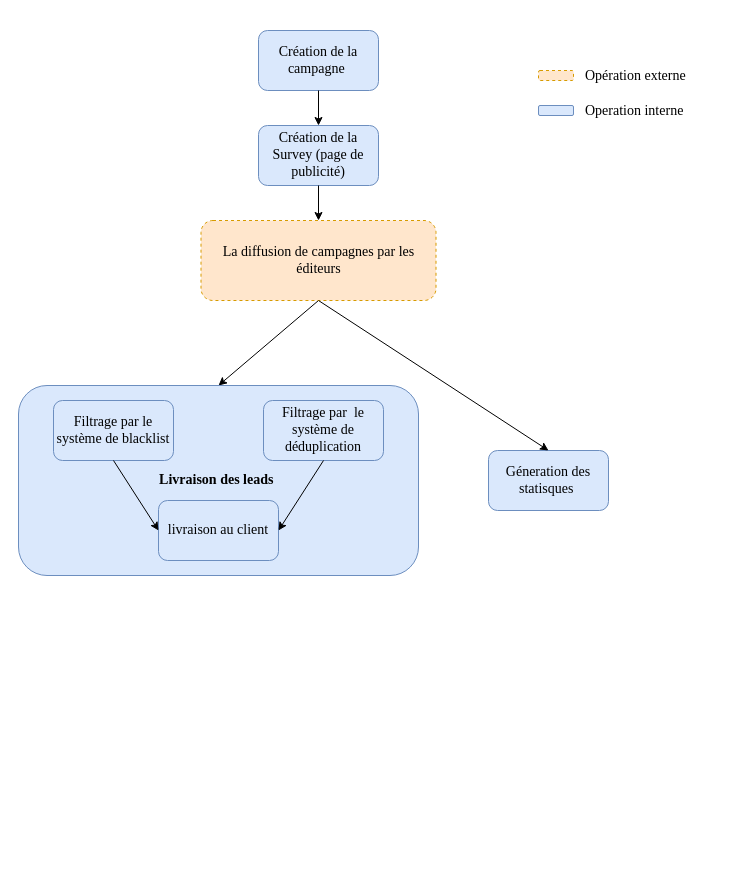
Earlier version of the draw.io diagram cap fichier xml/Diagramme fontct collecte.drawio (messaoudibrahim/Memoire). Source tidied: cells renumbered, new cells numbered last; positions are measured from the earlier drawing's top-left corner, leaving out a move shared by most shapes. Both pictures are drawn from the tidied source at 100%, with x=0, y=0 at pixel (18, 30).
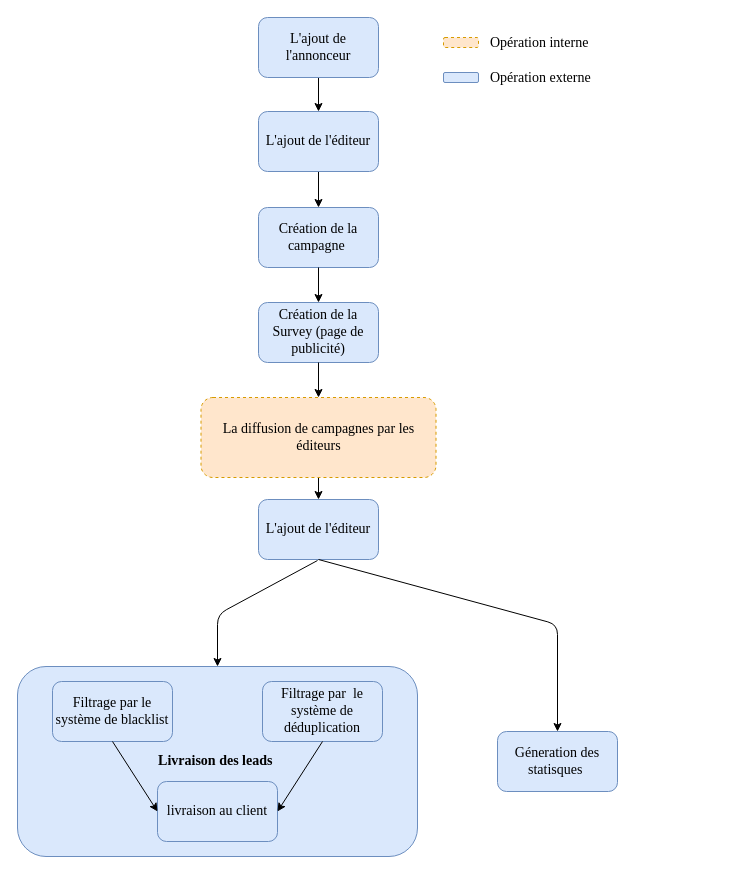
After the change.

Unchanged cells that the change refers to:
```xml
<mxCell id="5" value="Création de la campagne&amp;nbsp;" style="rounded=1;whiteSpace=wrap;html=1;fontFamily=Times New Roman;fontStyle=0;fontSize=14;fillColor=#dae8fc;strokeColor=#6c8ebf;" parent="4" vertex="1">
  <mxGeometry width="120" height="60" as="geometry" />
</mxCell>
<mxCell id="9" value="&lt;h3 style=&quot;font-size: 14px;&quot;&gt;Livraison des leads&amp;nbsp;&lt;/h3&gt;" style="rounded=1;whiteSpace=wrap;html=1;fontFamily=Times New Roman;fontStyle=0;fontSize=14;fillColor=#dae8fc;strokeColor=#6c8ebf;" parent="8" vertex="1">
  <mxGeometry width="400" height="190" as="geometry" />
</mxCell>
<mxCell id="15" value="La diffusion de campagnes par les éditeurs" style="rounded=1;whiteSpace=wrap;html=1;fontFamily=Times New Roman;fontSize=14;dashed=1;fillColor=#ffe6cc;strokeColor=#d79b00;" parent="2" vertex="1">
  <mxGeometry x="182.5" y="190" width="235" height="80" as="geometry" />
</mxCell>
```

Diff of the diagram source:
```diff
@@
+    <mxCell id="23" style="group;" parent="1" vertex="1">
+      <mxGeometry y="177" width="705" height="428" as="geometry" />
+    </mxCell>
-    <mxCell id="2" style="group;fontFamily=Times New Roman;fontStyle=0;fontSize=14;" parent="1" vertex="1">
+    <mxCell id="2" style="group;fontFamily=Times New Roman;fontStyle=0;fontSize=14;" parent="23" vertex="1">
       <mxGeometry width="705" height="400" as="geometry" />
     </mxCell>
     <mxCell id="3" style="endArrow=classic;html=1;entryX=0.5;entryY=0;entryDx=0;entryDy=0;fontFamily=Times New Roman;fontStyle=0;fontSize=14;" parent="2" edge="1" target="9">
       <mxGeometry relative="1" as="geometry">
-        <mxPoint x="300" y="270" as="sourcePoint" />
+        <mxPoint x="299" y="353" as="sourcePoint" />
+        <Array as="points">
+          <mxPoint x="199" y="407" />
+        </Array>
       </mxGeometry>
     </mxCell>
@@
     <mxCell id="8" style="group;" parent="2" vertex="1">
-      <mxGeometry y="355" width="400" height="190" as="geometry" />
+      <mxGeometry x="-1" y="459" width="400" height="190" as="geometry" />
     </mxCell>
@@
+    <mxCell id="24" style="edgeStyle=orthogonalEdgeStyle;rounded=0;jettySize=auto;html=1;" parent="2" edge="1" source="15" target="25">
+      <mxGeometry relative="1" as="geometry" />
+    </mxCell>
@@
+    <mxCell id="25" value="L'ajout de l'éditeur" style="rounded=1;whiteSpace=wrap;html=1;fontFamily=Times New Roman;fontStyle=0;fontSize=14;fillColor=#dae8fc;strokeColor=#6c8ebf;" parent="2" vertex="1">
+      <mxGeometry x="240" y="292" width="120" height="60" as="geometry" />
+    </mxCell>
+    <mxCell id="26" style="edgeStyle=orthogonalEdgeStyle;rounded=0;jettySize=auto;html=1;" parent="1" edge="1" source="27" target="5">
+      <mxGeometry relative="1" as="geometry" />
+    </mxCell>
+    <mxCell id="27" value="L'ajout de l'éditeur" style="rounded=1;whiteSpace=wrap;html=1;fontFamily=Times New Roman;fontStyle=0;fontSize=14;fillColor=#dae8fc;strokeColor=#6c8ebf;" parent="1" vertex="1">
+      <mxGeometry x="240" y="81" width="120" height="60" as="geometry" />
+    </mxCell>
+    <mxCell id="28" style="edgeStyle=orthogonalEdgeStyle;rounded=0;jettySize=auto;html=1;" parent="1" edge="1" source="29" target="27">
+      <mxGeometry relative="1" as="geometry" />
+    </mxCell>
+    <mxCell id="29" value="L'ajout de l'annonceur" style="rounded=1;whiteSpace=wrap;html=1;fontFamily=Times New Roman;fontStyle=0;fontSize=14;fillColor=#dae8fc;strokeColor=#6c8ebf;" parent="1" vertex="1">
+      <mxGeometry x="240" y="-13" width="120" height="60" as="geometry" />
+    </mxCell>
-    <mxCell id="17" style="rounded=1;whiteSpace=wrap;html=1;fontFamily=Times New Roman;fontSize=14;dashed=1;fillColor=#ffe6cc;strokeColor=#d79b00;" parent="2" vertex="1">
-      <mxGeometry x="520" y="40" width="35" height="10" as="geometry" />
+    <mxCell id="17" style="rounded=1;whiteSpace=wrap;html=1;fontFamily=Times New Roman;fontSize=14;dashed=1;fillColor=#ffe6cc;strokeColor=#d79b00;" parent="1" vertex="1">
+      <mxGeometry x="425" y="7" width="35" height="10" as="geometry" />
     </mxCell>
+    <mxCell id="22" value="Opération interne&amp;nbsp;" style="text;html=1;align=left;verticalAlign=top;spacingTop=-4;fontSize=14;fontFamily=Times New Roman;" parent="1" vertex="1">
+      <mxGeometry x="470" y="2" width="120" height="20" as="geometry" />
+    </mxCell>
+    <mxCell id="19" value="Opération externe" style="text;html=1;align=left;verticalAlign=top;spacingTop=-4;fontSize=14;fontFamily=Times New Roman;" parent="1" vertex="1">
+      <mxGeometry x="470" y="37" width="120" height="20" as="geometry" />
+    </mxCell>
-    <mxCell id="18" style="rounded=1;whiteSpace=wrap;html=1;fontFamily=Times New Roman;fontSize=14;fillColor=#dae8fc;strokeColor=#6c8ebf;" parent="2" vertex="1">
-      <mxGeometry x="520" y="75" width="35" height="10" as="geometry" />
+    <mxCell id="18" style="rounded=1;whiteSpace=wrap;html=1;fontFamily=Times New Roman;fontSize=14;fillColor=#dae8fc;strokeColor=#6c8ebf;" parent="1" vertex="1">
+      <mxGeometry x="425" y="42" width="35" height="10" as="geometry" />
     </mxCell>
-    <mxCell id="19" value="Opération externe" style="text;html=1;align=left;verticalAlign=top;spacingTop=-4;fontSize=14;fontFamily=Times New Roman;" parent="2" vertex="1">
-      <mxGeometry x="565" y="35" width="120" height="20" as="geometry" />
-    </mxCell>
     <mxCell id="20" value="Géneration des statisques&amp;nbsp;" style="rounded=1;whiteSpace=wrap;html=1;fontFamily=Times New Roman;fontStyle=0;fontSize=14;fillColor=#dae8fc;strokeColor=#6c8ebf;" parent="1" vertex="1">
-      <mxGeometry x="470" y="420" width="120" height="60" as="geometry" />
+      <mxGeometry x="479" y="701" width="120" height="60" as="geometry" />
     </mxCell>
-    <mxCell id="21" style="endArrow=classic;html=1;entryX=0.5;entryY=0;entryDx=0;entryDy=0;fontFamily=Times New Roman;fontStyle=0;fontSize=14;exitX=0.5;exitY=1;exitDx=0;exitDy=0;" parent="1" edge="1" source="15" target="20">
-      <mxGeometry relative="1" as="geometry" />
+    <mxCell id="21" style="endArrow=classic;html=1;entryX=0.5;entryY=0;entryDx=0;entryDy=0;fontFamily=Times New Roman;fontStyle=0;fontSize=14;exitX=0.5;exitY=1;exitDx=0;exitDy=0;" parent="1" edge="1" source="25" target="20">
+      <mxGeometry relative="1" as="geometry">
+        <Array as="points">
+          <mxPoint x="539" y="594" />
+        </Array>
+      </mxGeometry>
     </mxCell>
-    <mxCell id="22" value="Operation interne&amp;nbsp;" style="text;html=1;align=left;verticalAlign=top;spacingTop=-4;fontSize=14;fontFamily=Times New Roman;" parent="1" vertex="1">
-      <mxGeometry x="565" y="70" width="120" height="20" as="geometry" />
-    </mxCell>
```
